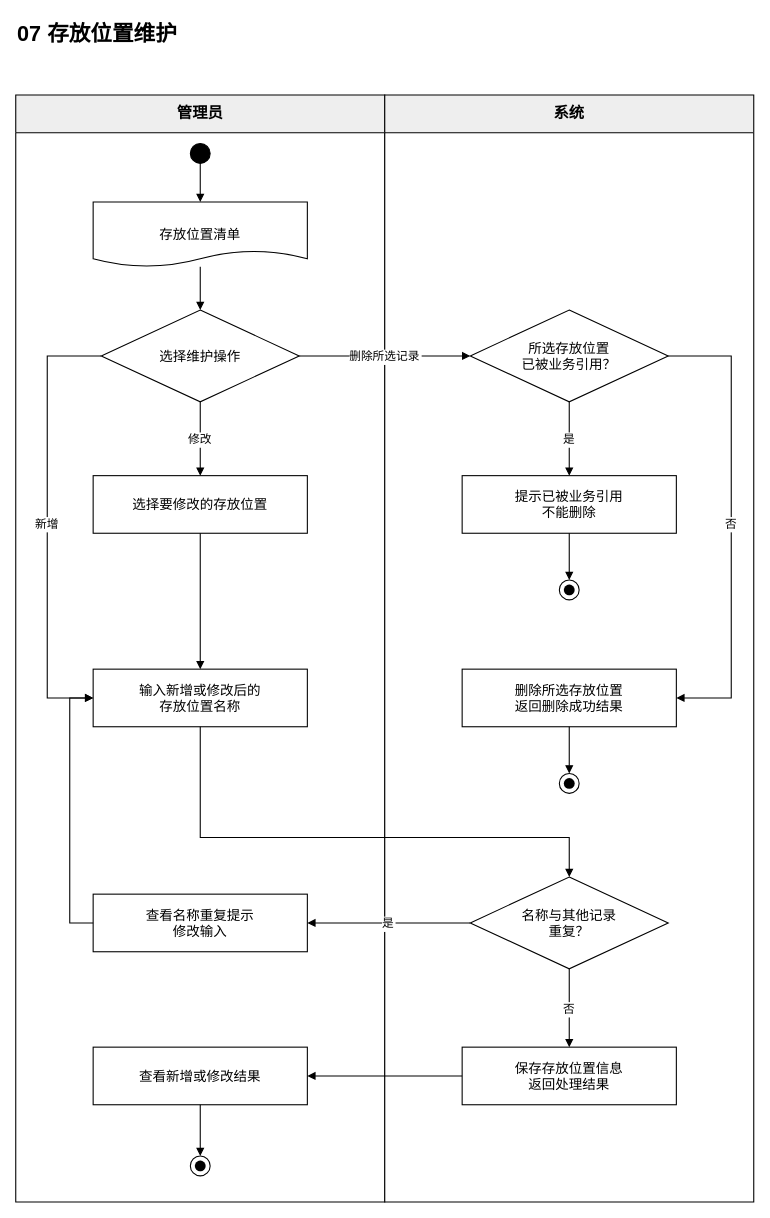
Above: docs/requirements/business-flows/杨振煜_REQ-001/独立业务文件/07_存放位置维护.drawio in ZhenyuYangK/HDU-campus-express-management (draw.io), before the change. Source tidied: cells renumbered, new cells numbered last; positions are measured from the earlier drawing's top-left corner, leaving out a move shared by most shapes. Both pictures are drawn from the tidied source at 90%, with x=0, y=0 at pixel (15, 15).
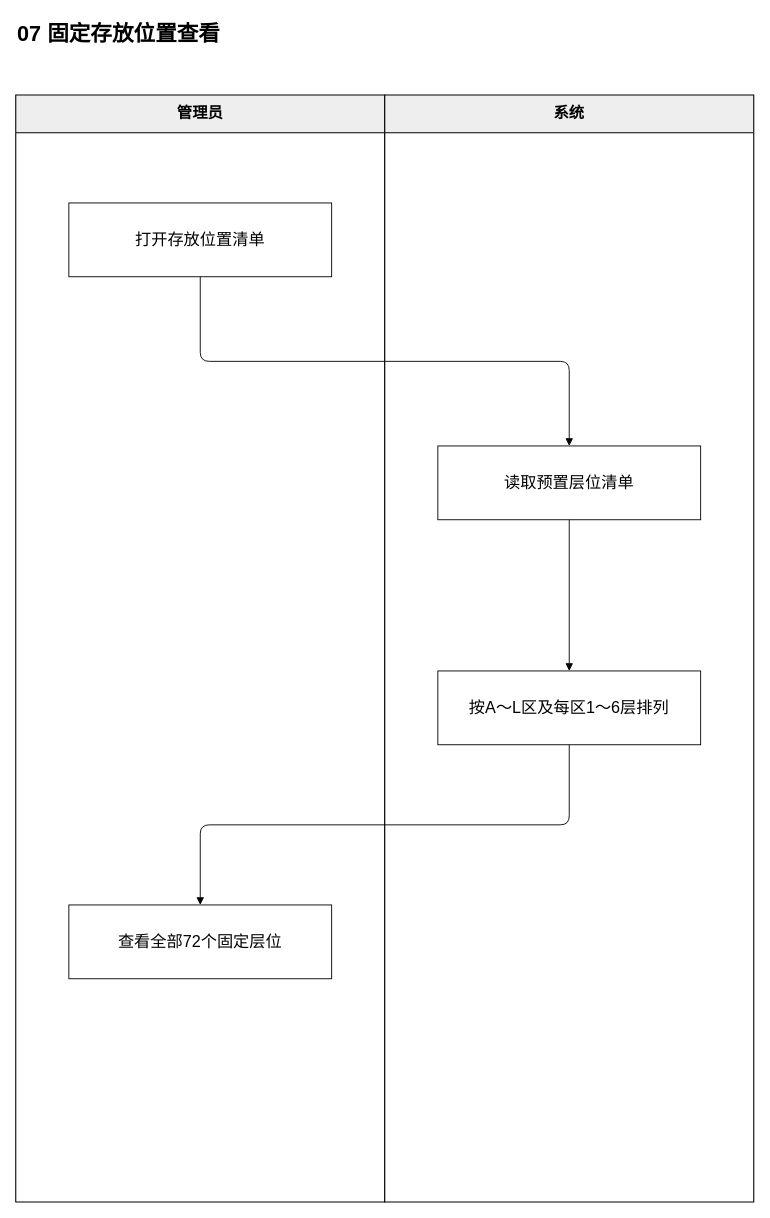
The same diagram, later.

The change refers to these unchanged cells:
```xml
<mxCell id="3" value="管理员" style="html=0;whiteSpace=wrap;fontFamily=Microsoft YaHei;fontColor=#000000;strokeColor=#000000;strokeWidth=1.2;fillColor=#FFFFFF;shadow=0;swimlane;horizontal=1;startSize=42;fillColor=#EEEEEE;swimlaneFillColor=#FFFFFF;fontSize=17;fontStyle=1;" parent="1" vertex="1">
  <mxGeometry y="88" width="410" height="1230" as="geometry" />
</mxCell>
<mxCell id="4" value="系统" style="html=0;whiteSpace=wrap;fontFamily=Microsoft YaHei;fontColor=#000000;strokeColor=#000000;strokeWidth=1.2;fillColor=#FFFFFF;shadow=0;swimlane;horizontal=1;startSize=42;fillColor=#EEEEEE;swimlaneFillColor=#FFFFFF;fontSize=17;fontStyle=1;" parent="1" vertex="1">
  <mxGeometry x="410" y="88" width="410" height="1230" as="geometry" />
</mxCell>
```

What changed in the source:
```diff
@@
-    <mxCell id="2" value="07  存放位置维护" style="html=0;whiteSpace=wrap;fontFamily=Microsoft YaHei;fontColor=#000000;strokeColor=#000000;strokeWidth=1.2;fillColor=#FFFFFF;shadow=0;text;align=left;fontSize=24;fontStyle=1;" parent="1" vertex="1">
+    <mxCell id="2" value="07  固定存放位置查看" style="html=0;whiteSpace=wrap;fontFamily=Microsoft YaHei;fontColor=#000000;strokeColor=#000000;strokeWidth=1.2;fillColor=#FFFFFF;shadow=0;text;align=left;fontSize=24;fontStyle=1;" parent="1" vertex="1">
       <mxGeometry width="820" height="38" as="geometry" />
     </mxCell>
@@
-    <mxCell id="5" style="html=0;whiteSpace=wrap;fontFamily=Microsoft YaHei;fontColor=#000000;strokeColor=#000000;strokeWidth=1.2;fillColor=#FFFFFF;shadow=0;rounded=0;align=center;verticalAlign=middle;fontSize=15;spacing=8;ellipse;fillColor=#000000;" parent="3" vertex="1">
-      <mxGeometry x="194" y="54" width="22" height="22" as="geometry" />
-    </mxCell>
-    <mxCell id="6" value="选择维护操作" style="html=0;whiteSpace=wrap;fontFamily=Microsoft YaHei;fontColor=#000000;strokeColor=#000000;strokeWidth=1.2;fillColor=#FFFFFF;shadow=0;rounded=0;align=center;verticalAlign=middle;fontSize=15;spacing=8;rhombus;" parent="3" vertex="1">
-      <mxGeometry x="95" y="239" width="220" height="102" as="geometry" />
-    </mxCell>
-    <mxCell id="7" value="选择要修改的存放位置" style="html=0;whiteSpace=wrap;fontFamily=Microsoft YaHei;fontColor=#000000;strokeColor=#000000;strokeWidth=1.2;fillColor=#FFFFFF;shadow=0;rounded=0;align=center;verticalAlign=middle;fontSize=15;spacing=8;" parent="3" vertex="1">
-      <mxGeometry x="86" y="423" width="238" height="64" as="geometry" />
-    </mxCell>
-    <mxCell id="8" value="输入新增或修改后的&#10;存放位置名称" style="html=0;whiteSpace=wrap;fontFamily=Microsoft YaHei;fontColor=#000000;strokeColor=#000000;strokeWidth=1.2;fillColor=#FFFFFF;shadow=0;rounded=0;align=center;verticalAlign=middle;fontSize=15;spacing=8;" parent="3" vertex="1">
-      <mxGeometry x="86" y="638" width="238" height="64" as="geometry" />
-    </mxCell>
-    <mxCell id="9" value="所选存放位置&#10;已被业务引用？" style="html=0;whiteSpace=wrap;fontFamily=Microsoft YaHei;fontColor=#000000;strokeColor=#000000;strokeWidth=1.2;fillColor=#FFFFFF;shadow=0;rounded=0;align=center;verticalAlign=middle;fontSize=15;spacing=8;rhombus;" parent="4" vertex="1">
-      <mxGeometry x="95" y="239" width="220" height="102" as="geometry" />
-    </mxCell>
-    <mxCell id="10" value="提示已被业务引用&#10;不能删除" style="html=0;whiteSpace=wrap;fontFamily=Microsoft YaHei;fontColor=#000000;strokeColor=#000000;strokeWidth=1.2;fillColor=#FFFFFF;shadow=0;rounded=0;align=center;verticalAlign=middle;fontSize=15;spacing=8;" parent="4" vertex="1">
-      <mxGeometry x="86" y="423" width="238" height="64" as="geometry" />
-    </mxCell>
-    <mxCell id="11" style="html=0;whiteSpace=wrap;fontFamily=Microsoft YaHei;fontColor=#000000;strokeColor=#000000;strokeWidth=1.2;fillColor=#FFFFFF;shadow=0;rounded=0;align=center;verticalAlign=middle;fontSize=15;spacing=8;ellipse;" parent="4" vertex="1">
-      <mxGeometry x="194" y="539" width="22" height="22" as="geometry" />
-    </mxCell>
-    <mxCell id="12" style="html=0;whiteSpace=wrap;fontFamily=Microsoft YaHei;fontColor=#000000;strokeColor=#000000;strokeWidth=1.2;fillColor=#FFFFFF;shadow=0;ellipse;fillColor=#000000;strokeWidth=0;" parent="11" vertex="1">
-      <mxGeometry x="5" y="5" width="12" height="12" as="geometry" />
-    </mxCell>
-    <mxCell id="13" value="删除所选存放位置&#10;返回删除成功结果" style="html=0;whiteSpace=wrap;fontFamily=Microsoft YaHei;fontColor=#000000;strokeColor=#000000;strokeWidth=1.2;fillColor=#FFFFFF;shadow=0;rounded=0;align=center;verticalAlign=middle;fontSize=15;spacing=8;" parent="4" vertex="1">
-      <mxGeometry x="86" y="638" width="238" height="64" as="geometry" />
-    </mxCell>
-    <mxCell id="14" style="html=0;whiteSpace=wrap;fontFamily=Microsoft YaHei;fontColor=#000000;strokeColor=#000000;strokeWidth=1.2;fillColor=#FFFFFF;shadow=0;rounded=0;align=center;verticalAlign=middle;fontSize=15;spacing=8;ellipse;" parent="4" vertex="1">
-      <mxGeometry x="194" y="754" width="22" height="22" as="geometry" />
-    </mxCell>
-    <mxCell id="15" style="html=0;whiteSpace=wrap;fontFamily=Microsoft YaHei;fontColor=#000000;strokeColor=#000000;strokeWidth=1.2;fillColor=#FFFFFF;shadow=0;ellipse;fillColor=#000000;strokeWidth=0;" parent="14" vertex="1">
-      <mxGeometry x="5" y="5" width="12" height="12" as="geometry" />
-    </mxCell>
-    <mxCell id="16" value="名称与其他记录&#10;重复？" style="html=0;whiteSpace=wrap;fontFamily=Microsoft YaHei;fontColor=#000000;strokeColor=#000000;strokeWidth=1.2;fillColor=#FFFFFF;shadow=0;rounded=0;align=center;verticalAlign=middle;fontSize=15;spacing=8;rhombus;" parent="4" vertex="1">
-      <mxGeometry x="95" y="869" width="220" height="102" as="geometry" />
-    </mxCell>
-    <mxCell id="17" value="查看名称重复提示&#10;修改输入" style="html=0;whiteSpace=wrap;fontFamily=Microsoft YaHei;fontColor=#000000;strokeColor=#000000;strokeWidth=1.2;fillColor=#FFFFFF;shadow=0;rounded=0;align=center;verticalAlign=middle;fontSize=15;spacing=8;" parent="3" vertex="1">
-      <mxGeometry x="86" y="888" width="238" height="64" as="geometry" />
-    </mxCell>
-    <mxCell id="18" value="保存存放位置信息&#10;返回处理结果" style="html=0;whiteSpace=wrap;fontFamily=Microsoft YaHei;fontColor=#000000;strokeColor=#000000;strokeWidth=1.2;fillColor=#FFFFFF;shadow=0;rounded=0;align=center;verticalAlign=middle;fontSize=15;spacing=8;" parent="4" vertex="1">
-      <mxGeometry x="86" y="1058" width="238" height="64" as="geometry" />
-    </mxCell>
-    <mxCell id="19" value="查看新增或修改结果" style="html=0;whiteSpace=wrap;fontFamily=Microsoft YaHei;fontColor=#000000;strokeColor=#000000;strokeWidth=1.2;fillColor=#FFFFFF;shadow=0;rounded=0;align=center;verticalAlign=middle;fontSize=15;spacing=8;" parent="3" vertex="1">
-      <mxGeometry x="86" y="1058" width="238" height="64" as="geometry" />
-    </mxCell>
-    <mxCell id="20" style="html=0;whiteSpace=wrap;fontFamily=Microsoft YaHei;fontColor=#000000;strokeColor=#000000;strokeWidth=1.2;fillColor=#FFFFFF;shadow=0;rounded=0;align=center;verticalAlign=middle;fontSize=15;spacing=8;ellipse;" parent="3" vertex="1">
-      <mxGeometry x="194" y="1179" width="22" height="22" as="geometry" />
-    </mxCell>
-    <mxCell id="21" style="html=0;whiteSpace=wrap;fontFamily=Microsoft YaHei;fontColor=#000000;strokeColor=#000000;strokeWidth=1.2;fillColor=#FFFFFF;shadow=0;ellipse;fillColor=#000000;strokeWidth=0;" parent="20" vertex="1">
-      <mxGeometry x="5" y="5" width="12" height="12" as="geometry" />
-    </mxCell>
-    <mxCell id="22" style="edgeStyle=orthogonalEdgeStyle;rounded=0;jettySize=20;html=0;endArrow=block;endFill=1;strokeColor=#000000;strokeWidth=1.2;fontFamily=Microsoft YaHei;fontSize=13;fontColor=#000000;labelBackgroundColor=#FFFFFF;exitX=0.5;exitY=1;exitDx=0;exitDy=0;entryX=0.5;entryY=0;entryDx=0;entryDy=0;" parent="1" edge="1" source="37" target="6">
-      <mxGeometry relative="1" as="geometry" />
-    </mxCell>
-    <mxCell id="23" value="修改" style="edgeStyle=orthogonalEdgeStyle;rounded=0;jettySize=20;html=0;endArrow=block;endFill=1;strokeColor=#000000;strokeWidth=1.2;fontFamily=Microsoft YaHei;fontSize=13;fontColor=#000000;labelBackgroundColor=#FFFFFF;exitX=0.5;exitY=1;exitDx=0;exitDy=0;entryX=0.5;entryY=0;entryDx=0;entryDy=0;" parent="1" edge="1" source="6" target="7">
-      <mxGeometry relative="1" as="geometry" />
-    </mxCell>
-    <mxCell id="24" style="edgeStyle=orthogonalEdgeStyle;rounded=0;jettySize=20;html=0;endArrow=block;endFill=1;strokeColor=#000000;strokeWidth=1.2;fontFamily=Microsoft YaHei;fontSize=13;fontColor=#000000;labelBackgroundColor=#FFFFFF;exitX=0.5;exitY=1;exitDx=0;exitDy=0;entryX=0.5;entryY=0;entryDx=0;entryDy=0;" parent="1" edge="1" source="7" target="8">
-      <mxGeometry relative="1" as="geometry" />
-    </mxCell>
-    <mxCell id="25" value="新增" style="edgeStyle=orthogonalEdgeStyle;rounded=0;jettySize=20;html=0;endArrow=block;endFill=1;strokeColor=#000000;strokeWidth=1.2;fontFamily=Microsoft YaHei;fontSize=13;fontColor=#000000;labelBackgroundColor=#FFFFFF;exitX=0;exitY=0.5;exitDx=0;exitDy=0;entryX=0;entryY=0.5;entryDx=0;entryDy=0;" parent="1" edge="1" source="6" target="8">
-      <mxGeometry relative="1" as="geometry">
-        <Array as="points">
-          <mxPoint x="35" y="378" />
-          <mxPoint x="35" y="758" />
-        </Array>
-      </mxGeometry>
-    </mxCell>
-    <mxCell id="26" value="删除所选记录" style="edgeStyle=orthogonalEdgeStyle;rounded=0;jettySize=20;html=0;endArrow=block;endFill=1;strokeColor=#000000;strokeWidth=1.2;fontFamily=Microsoft YaHei;fontSize=13;fontColor=#000000;labelBackgroundColor=#FFFFFF;exitX=1;exitY=0.5;exitDx=0;exitDy=0;entryX=0;entryY=0.5;entryDx=0;entryDy=0;" parent="1" edge="1" source="6" target="9">
-      <mxGeometry relative="1" as="geometry" />
-    </mxCell>
-    <mxCell id="27" value="是" style="edgeStyle=orthogonalEdgeStyle;rounded=0;jettySize=20;html=0;endArrow=block;endFill=1;strokeColor=#000000;strokeWidth=1.2;fontFamily=Microsoft YaHei;fontSize=13;fontColor=#000000;labelBackgroundColor=#FFFFFF;exitX=0.5;exitY=1;exitDx=0;exitDy=0;entryX=0.5;entryY=0;entryDx=0;entryDy=0;" parent="1" edge="1" source="9" target="10">
-      <mxGeometry relative="1" as="geometry" />
-    </mxCell>
-    <mxCell id="28" style="edgeStyle=orthogonalEdgeStyle;rounded=0;jettySize=20;html=0;endArrow=block;endFill=1;strokeColor=#000000;strokeWidth=1.2;fontFamily=Microsoft YaHei;fontSize=13;fontColor=#000000;labelBackgroundColor=#FFFFFF;exitX=0.5;exitY=1;exitDx=0;exitDy=0;entryX=0.5;entryY=0;entryDx=0;entryDy=0;" parent="1" edge="1" source="10" target="11">
-      <mxGeometry relative="1" as="geometry" />
-    </mxCell>
-    <mxCell id="29" value="否" style="edgeStyle=orthogonalEdgeStyle;rounded=0;jettySize=20;html=0;endArrow=block;endFill=1;strokeColor=#000000;strokeWidth=1.2;fontFamily=Microsoft YaHei;fontSize=13;fontColor=#000000;labelBackgroundColor=#FFFFFF;exitX=1;exitY=0.5;exitDx=0;exitDy=0;entryX=1;entryY=0.5;entryDx=0;entryDy=0;" parent="1" edge="1" source="9" target="13">
-      <mxGeometry relative="1" as="geometry">
-        <Array as="points">
-          <mxPoint x="795" y="378" />
-          <mxPoint x="795" y="758" />
-        </Array>
-      </mxGeometry>
-    </mxCell>
-    <mxCell id="30" style="edgeStyle=orthogonalEdgeStyle;rounded=0;jettySize=20;html=0;endArrow=block;endFill=1;strokeColor=#000000;strokeWidth=1.2;fontFamily=Microsoft YaHei;fontSize=13;fontColor=#000000;labelBackgroundColor=#FFFFFF;exitX=0.5;exitY=1;exitDx=0;exitDy=0;entryX=0.5;entryY=0;entryDx=0;entryDy=0;" parent="1" edge="1" source="13" target="14">
-      <mxGeometry relative="1" as="geometry" />
-    </mxCell>
-    <mxCell id="31" style="edgeStyle=orthogonalEdgeStyle;rounded=0;jettySize=20;html=0;endArrow=block;endFill=1;strokeColor=#000000;strokeWidth=1.2;fontFamily=Microsoft YaHei;fontSize=13;fontColor=#000000;labelBackgroundColor=#FFFFFF;exitX=0.5;exitY=1;exitDx=0;exitDy=0;entryX=0.5;entryY=0;entryDx=0;entryDy=0;" parent="1" edge="1" source="8" target="16">
-      <mxGeometry relative="1" as="geometry">
-        <Array as="points">
-          <mxPoint x="205" y="913" />
-          <mxPoint x="615" y="913" />
-        </Array>
-      </mxGeometry>
-    </mxCell>
-    <mxCell id="32" value="是" style="edgeStyle=orthogonalEdgeStyle;rounded=0;jettySize=20;html=0;endArrow=block;endFill=1;strokeColor=#000000;strokeWidth=1.2;fontFamily=Microsoft YaHei;fontSize=13;fontColor=#000000;labelBackgroundColor=#FFFFFF;exitX=0;exitY=0.5;exitDx=0;exitDy=0;entryX=1;entryY=0.5;entryDx=0;entryDy=0;" parent="1" edge="1" source="16" target="17">
-      <mxGeometry relative="1" as="geometry" />
-    </mxCell>
-    <mxCell id="33" style="edgeStyle=orthogonalEdgeStyle;rounded=0;jettySize=20;html=0;endArrow=block;endFill=1;strokeColor=#000000;strokeWidth=1.2;fontFamily=Microsoft YaHei;fontSize=13;fontColor=#000000;labelBackgroundColor=#FFFFFF;exitX=0;exitY=0.5;exitDx=0;exitDy=0;entryX=0;entryY=0.5;entryDx=0;entryDy=0;" parent="1" edge="1" source="17" target="8">
-      <mxGeometry relative="1" as="geometry">
-        <Array as="points">
-          <mxPoint x="60" y="1008" />
-          <mxPoint x="60" y="758" />
-        </Array>
-      </mxGeometry>
-    </mxCell>
-    <mxCell id="34" value="否" style="edgeStyle=orthogonalEdgeStyle;rounded=0;jettySize=20;html=0;endArrow=block;endFill=1;strokeColor=#000000;strokeWidth=1.2;fontFamily=Microsoft YaHei;fontSize=13;fontColor=#000000;labelBackgroundColor=#FFFFFF;exitX=0.5;exitY=1;exitDx=0;exitDy=0;entryX=0.5;entryY=0;entryDx=0;entryDy=0;" parent="1" edge="1" source="16" target="18">
-      <mxGeometry relative="1" as="geometry" />
-    </mxCell>
-    <mxCell id="35" style="edgeStyle=orthogonalEdgeStyle;rounded=0;jettySize=20;html=0;endArrow=block;endFill=1;strokeColor=#000000;strokeWidth=1.2;fontFamily=Microsoft YaHei;fontSize=13;fontColor=#000000;labelBackgroundColor=#FFFFFF;exitX=0;exitY=0.5;exitDx=0;exitDy=0;entryX=1;entryY=0.5;entryDx=0;entryDy=0;" parent="1" edge="1" source="18" target="19">
-      <mxGeometry relative="1" as="geometry" />
-    </mxCell>
-    <mxCell id="36" style="edgeStyle=orthogonalEdgeStyle;rounded=0;jettySize=20;html=0;endArrow=block;endFill=1;strokeColor=#000000;strokeWidth=1.2;fontFamily=Microsoft YaHei;fontSize=13;fontColor=#000000;labelBackgroundColor=#FFFFFF;exitX=0.5;exitY=1;exitDx=0;exitDy=0;entryX=0.5;entryY=0;entryDx=0;entryDy=0;" parent="1" edge="1" source="19" target="20">
-      <mxGeometry relative="1" as="geometry" />
-    </mxCell>
-    <mxCell id="37" value="存放位置清单" style="shape=document;size=0.25;whiteSpace=wrap;html=0;rounded=0;align=center;verticalAlign=middle;fontFamily=Microsoft YaHei;fontSize=15;fontColor=#000000;strokeColor=#000000;strokeWidth=1.2;fillColor=#FFFFFF;shadow=0;spacing=8;" parent="3" vertex="1">
-      <mxGeometry x="86" y="119" width="238" height="72" as="geometry" />
-    </mxCell>
-    <mxCell id="38" style="edgeStyle=orthogonalEdgeStyle;rounded=0;html=0;endArrow=block;endFill=1;strokeColor=#000000;strokeWidth=1.2;fontFamily=Microsoft YaHei;fontSize=13;fontColor=#000000;exitX=0.5;exitY=1;entryX=0.5;entryY=0;" parent="1" edge="1" source="5" target="37">
-      <mxGeometry relative="1" as="geometry" />
-    </mxCell>
+    <mxCell id="39" value="打开存放位置清单" style="rounded=0;whiteSpace=wrap;html=0;fillColor=#FFFFFF;strokeColor=#000000;fontColor=#000000;fontSize=18;" parent="3" vertex="1">
+      <mxGeometry x="59" y="120" width="292" height="82" as="geometry" />
+    </mxCell>
+    <mxCell id="40" value="读取预置层位清单" style="rounded=0;whiteSpace=wrap;html=0;fillColor=#FFFFFF;strokeColor=#000000;fontColor=#000000;fontSize=18;" parent="4" vertex="1">
+      <mxGeometry x="59" y="390" width="292" height="82" as="geometry" />
+    </mxCell>
+    <mxCell id="41" value="按A～L区及每区1～6层排列" style="rounded=0;whiteSpace=wrap;html=0;fillColor=#FFFFFF;strokeColor=#000000;fontColor=#000000;fontSize=18;" parent="4" vertex="1">
+      <mxGeometry x="59" y="640" width="292" height="82" as="geometry" />
+    </mxCell>
+    <mxCell id="42" value="查看全部72个固定层位" style="rounded=0;whiteSpace=wrap;html=0;fillColor=#FFFFFF;strokeColor=#000000;fontColor=#000000;fontSize=18;" parent="3" vertex="1">
+      <mxGeometry x="59" y="900" width="292" height="82" as="geometry" />
+    </mxCell>
+    <mxCell id="43" style="edgeStyle=orthogonalEdgeStyle;exitX=0.5;exitY=1;entryX=0.5;entryY=0;endArrow=block;strokeColor=#000000;" parent="1" edge="1" source="39" target="40">
+      <mxGeometry relative="1" as="geometry" />
+    </mxCell>
+    <mxCell id="44" style="edgeStyle=orthogonalEdgeStyle;exitX=0.5;exitY=1;entryX=0.5;entryY=0;endArrow=block;strokeColor=#000000;" parent="1" edge="1" source="40" target="41">
+      <mxGeometry relative="1" as="geometry" />
+    </mxCell>
+    <mxCell id="45" style="edgeStyle=orthogonalEdgeStyle;exitX=0.5;exitY=1;entryX=0.5;entryY=0;endArrow=block;strokeColor=#000000;" parent="1" edge="1" source="41" target="42">
+      <mxGeometry relative="1" as="geometry" />
+    </mxCell>
```
